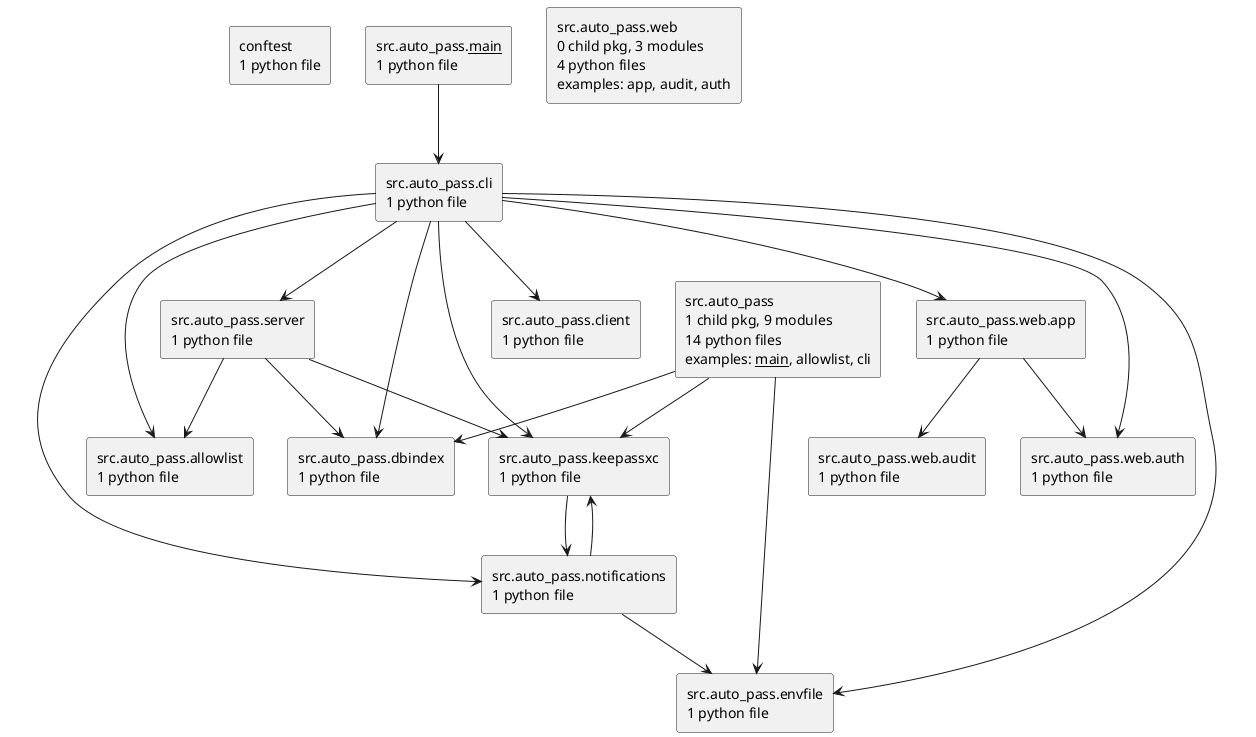
This is docs/diagrams/python-packages.puml.png from casonk/auto-pass, a PlantUML export, as it was before one commit.
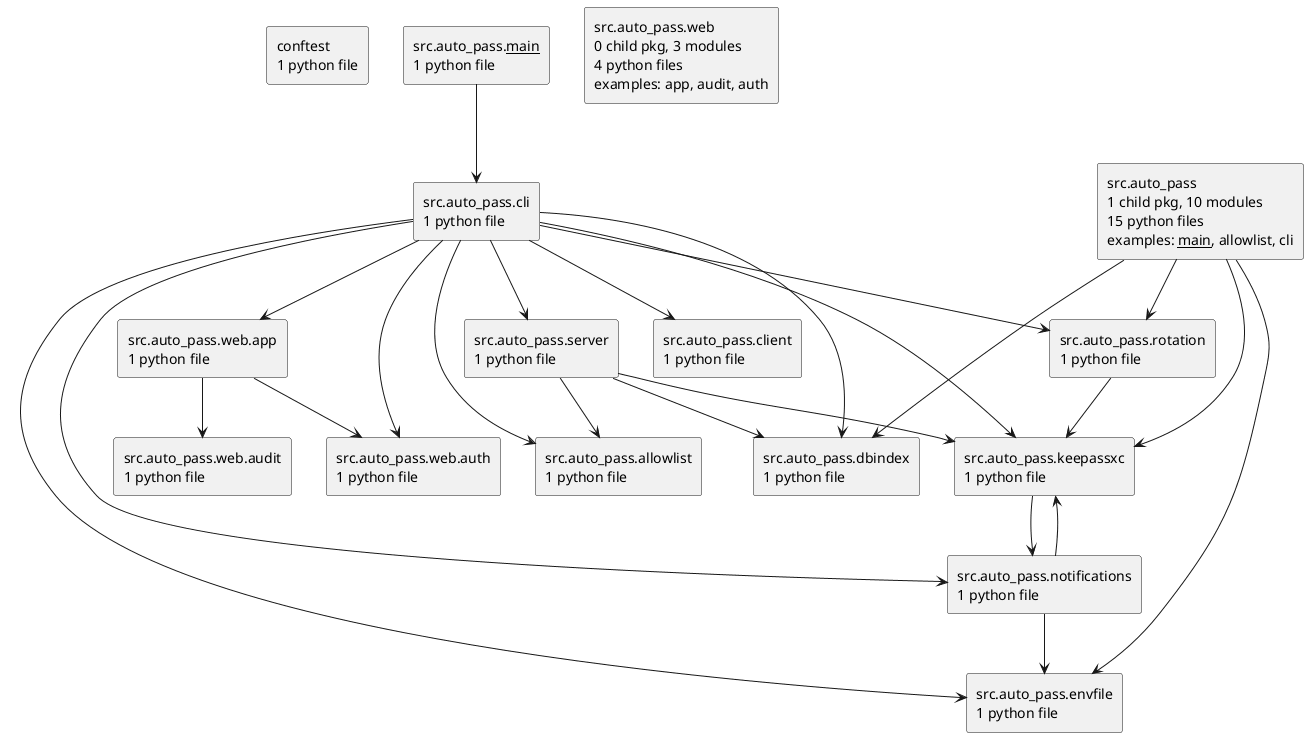
After the change.

Diff of the diagram source:
```diff
@@ -3,7 +3,7 @@
 top to bottom direction
 skinparam componentStyle rectangle
 rectangle "conftest\n1 python file" as conftest
-rectangle "src.auto_pass\n1 child pkg, 9 modules\n14 python files\nexamples: __main__, allowlist, cli" as src.auto_pass
+rectangle "src.auto_pass\n1 child pkg, 10 modules\n15 python files\nexamples: __main__, allowlist, cli" as src.auto_pass
 rectangle "src.auto_pass.__main__\n1 python file" as src.auto_pass.__main__
 rectangle "src.auto_pass.allowlist\n1 python file" as src.auto_pass.allowlist
 rectangle "src.auto_pass.cli\n1 python file" as src.auto_pass.cli
@@ -12,6 +12,7 @@
 rectangle "src.auto_pass.envfile\n1 python file" as src.auto_pass.envfile
 rectangle "src.auto_pass.keepassxc\n1 python file" as src.auto_pass.keepassxc
 rectangle "src.auto_pass.notifications\n1 python file" as src.auto_pass.notifications
+rectangle "src.auto_pass.rotation\n1 python file" as src.auto_pass.rotation
 rectangle "src.auto_pass.server\n1 python file" as src.auto_pass.server
 rectangle "src.auto_pass.web\n0 child pkg, 3 modules\n4 python files\nexamples: app, audit, auth" as src.auto_pass.web
 rectangle "src.auto_pass.web.app\n1 python file" as src.auto_pass.web.app
@@ -20,6 +21,7 @@
 src.auto_pass --> src.auto_pass.dbindex
 src.auto_pass --> src.auto_pass.envfile
 src.auto_pass --> src.auto_pass.keepassxc
+src.auto_pass --> src.auto_pass.rotation
 src.auto_pass.__main__ --> src.auto_pass.cli
 src.auto_pass.cli --> src.auto_pass.allowlist
 src.auto_pass.cli --> src.auto_pass.client
@@ -27,12 +29,14 @@
 src.auto_pass.cli --> src.auto_pass.envfile
 src.auto_pass.cli --> src.auto_pass.keepassxc
 src.auto_pass.cli --> src.auto_pass.notifications
+src.auto_pass.cli --> src.auto_pass.rotation
 src.auto_pass.cli --> src.auto_pass.server
 src.auto_pass.cli --> src.auto_pass.web.app
 src.auto_pass.cli --> src.auto_pass.web.auth
 src.auto_pass.keepassxc --> src.auto_pass.notifications
 src.auto_pass.notifications --> src.auto_pass.envfile
 src.auto_pass.notifications --> src.auto_pass.keepassxc
+src.auto_pass.rotation --> src.auto_pass.keepassxc
 src.auto_pass.server --> src.auto_pass.allowlist
 src.auto_pass.server --> src.auto_pass.dbindex
 src.auto_pass.server --> src.auto_pass.keepassxc
```
